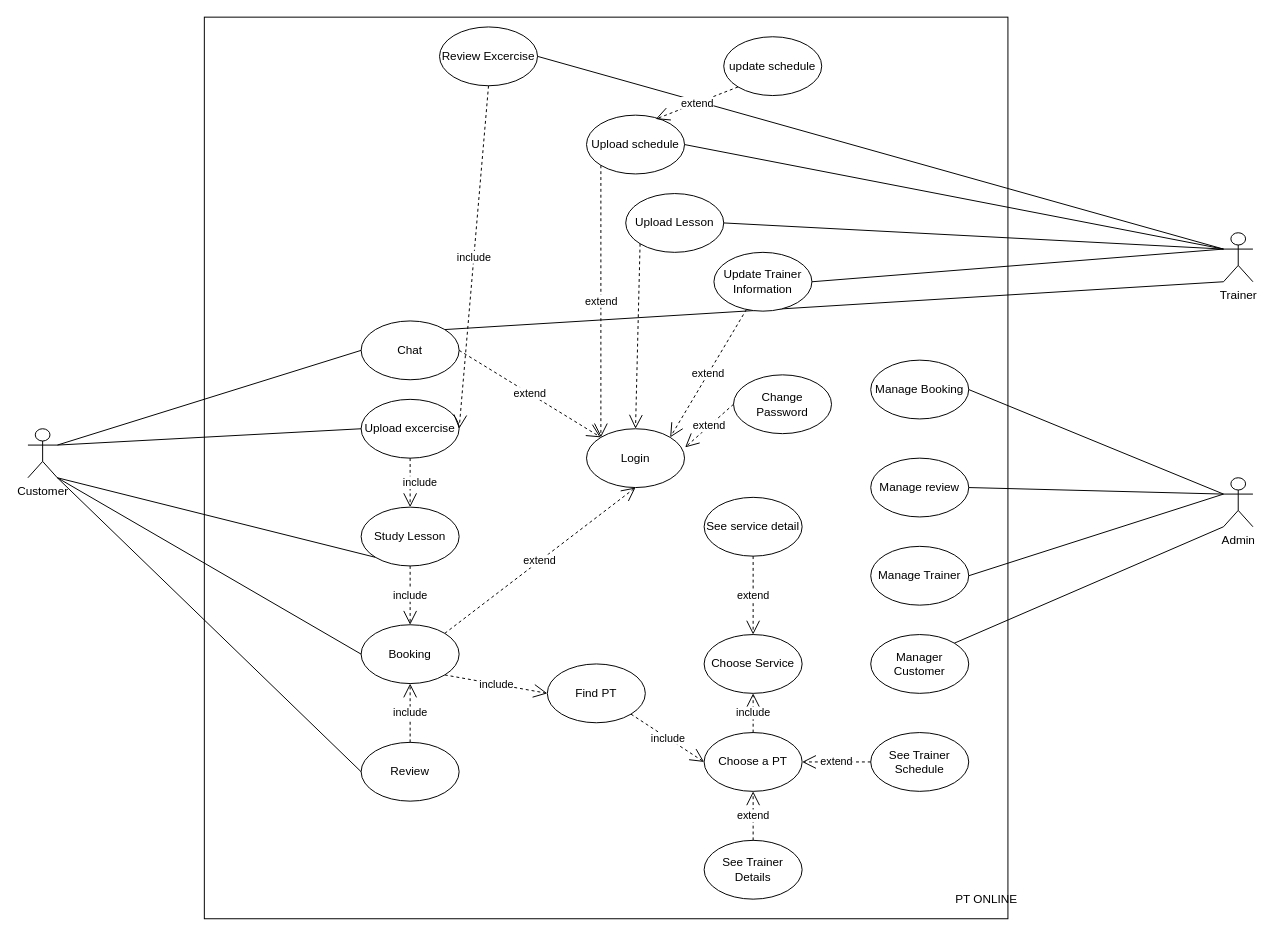
Before: Untitled Diagram.drawio in caoquy2000/DBI, a draw.io diagram. Source tidied: cells renumbered, new cells numbered last; positions are measured from the earlier drawing's top-left corner, leaving out a move shared by most shapes. Both pictures are drawn from the tidied source at 98%, with x=0, y=0 at pixel (27, 17).
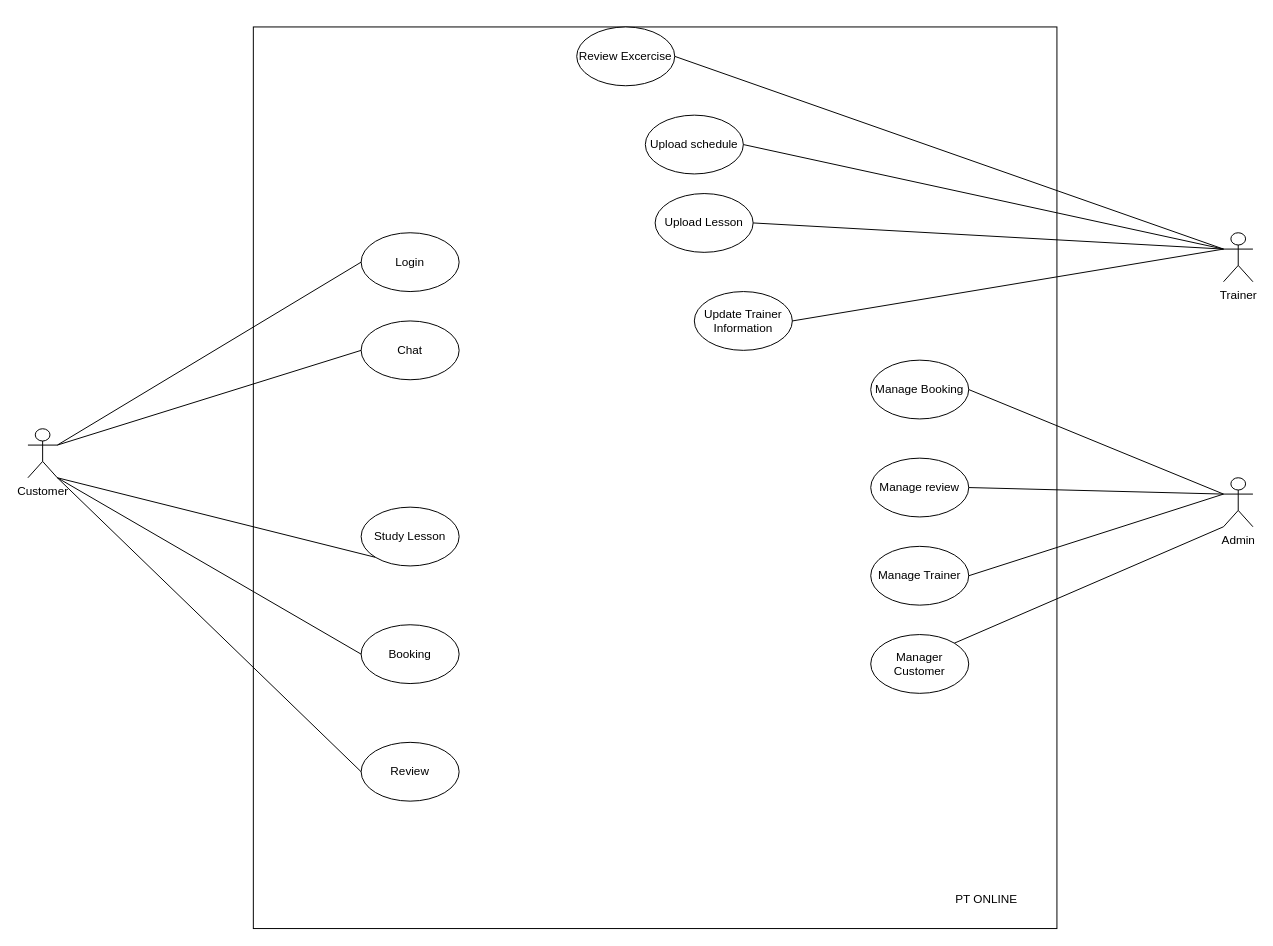
After the change.

Commit message:
Cập nhật Untitled Diagram.drawio

The change refers to these unchanged cells:
```xml
<mxCell id="3" value="Customer" style="shape=umlActor;verticalLabelPosition=bottom;verticalAlign=top;html=1;labelPosition=center;align=center;" parent="1" vertex="1">
  <mxGeometry y="420" width="30" height="50" as="geometry" />
</mxCell>
<mxCell id="4" value="Chat" style="ellipse;whiteSpace=wrap;html=1;" parent="1" vertex="1">
  <mxGeometry x="340" y="310" width="100" height="60" as="geometry" />
</mxCell>
<mxCell id="5" value="Trainer" style="shape=umlActor;verticalLabelPosition=bottom;verticalAlign=top;html=1;labelPosition=center;align=center;" parent="1" vertex="1">
  <mxGeometry x="1220" y="220" width="30" height="50" as="geometry" />
</mxCell>
<mxCell id="7" value="Study Lesson" style="ellipse;whiteSpace=wrap;html=1;" parent="1" vertex="1">
  <mxGeometry x="340" y="500" width="100" height="60" as="geometry" />
</mxCell>
<mxCell id="8" value="Booking" style="ellipse;whiteSpace=wrap;html=1;" parent="1" vertex="1">
  <mxGeometry x="340" y="620" width="100" height="60" as="geometry" />
</mxCell>
<mxCell id="45" value="Review" style="ellipse;whiteSpace=wrap;html=1;" parent="1" vertex="1">
  <mxGeometry x="340" y="740" width="100" height="60" as="geometry" />
</mxCell>
```

The edit, as a diff of the source:
```diff
@@
     <mxCell id="2" style="rounded=0;whiteSpace=wrap;html=1;" parent="1" vertex="1">
-      <mxGeometry x="180" width="820" height="920" as="geometry" />
+      <mxGeometry x="230" y="10" width="820" height="920" as="geometry" />
     </mxCell>
@@
     <mxCell id="9" value="Upload Lesson" style="ellipse;whiteSpace=wrap;html=1;" parent="1" vertex="1">
-      <mxGeometry x="610" y="180" width="100" height="60" as="geometry" />
+      <mxGeometry x="640" y="180" width="100" height="60" as="geometry" />
     </mxCell>
-    <mxCell id="10" value="Login" style="ellipse;whiteSpace=wrap;html=1;" parent="1" vertex="1">
-      <mxGeometry x="570" y="420" width="100" height="60" as="geometry" />
-    </mxCell>
-    <mxCell id="11" value="Choose a PT" style="ellipse;whiteSpace=wrap;html=1;" parent="1" vertex="1">
-      <mxGeometry x="690" y="730" width="100" height="60" as="geometry" />
-    </mxCell>
-    <mxCell id="12" value="Choose Service" style="ellipse;whiteSpace=wrap;html=1;" parent="1" vertex="1">
-      <mxGeometry x="690" y="630" width="100" height="60" as="geometry" />
-    </mxCell>
@@
-    <mxCell id="20" value="include" style="endArrow=open;endSize=12;dashed=1;html=1;exitX=1;exitY=1;exitDx=0;exitDy=0;entryX=0;entryY=0.5;entryDx=0;entryDy=0;" parent="1" edge="1" source="8" target="55">
-      <mxGeometry relative="1" as="geometry" />
-    </mxCell>
-    <mxCell id="21" value="extend" style="endArrow=open;endSize=12;dashed=1;html=1;exitX=1;exitY=0.5;exitDx=0;exitDy=0;entryX=0;entryY=0;entryDx=0;entryDy=0;" parent="1" edge="1" source="4" target="10">
-      <mxGeometry relative="1" as="geometry" />
-    </mxCell>
-    <mxCell id="22" style="endArrow=none;endSize=12;html=1;exitX=0;exitY=1;exitDx=0;exitDy=0;exitPerimeter=0;entryX=1;entryY=0;entryDx=0;entryDy=0;endFill=0;" parent="1" edge="1" source="5" target="4">
-      <mxGeometry relative="1" as="geometry" />
-    </mxCell>
@@
-    <mxCell id="28" value="extend" style="endArrow=open;endSize=12;dashed=1;html=1;exitX=1;exitY=0;exitDx=0;exitDy=0;entryX=0.5;entryY=1;entryDx=0;entryDy=0;" parent="1" edge="1" source="8" target="10">
-      <mxGeometry relative="1" as="geometry" />
-    </mxCell>
     <mxCell id="29" value="Update Trainer Information" style="ellipse;whiteSpace=wrap;html=1;" parent="1" vertex="1">
-      <mxGeometry x="700" y="240" width="100" height="60" as="geometry" />
+      <mxGeometry x="680" y="280" width="100" height="60" as="geometry" />
     </mxCell>
-    <mxCell id="30" value="See Trainer Details" style="ellipse;whiteSpace=wrap;html=1;" parent="1" vertex="1">
-      <mxGeometry x="690" y="840" width="100" height="60" as="geometry" />
-    </mxCell>
-    <mxCell id="31" value="extend" style="endArrow=open;endSize=12;dashed=1;html=1;entryX=0.5;entryY=1;entryDx=0;entryDy=0;exitX=0.5;exitY=0;exitDx=0;exitDy=0;" parent="1" edge="1" source="30" target="11">
-      <mxGeometry relative="1" as="geometry" />
-    </mxCell>
@@
     <mxCell id="33" value="Upload schedule" style="ellipse;whiteSpace=wrap;html=1;" parent="1" vertex="1">
-      <mxGeometry x="570" y="100" width="100" height="60" as="geometry" />
+      <mxGeometry x="630" y="100" width="100" height="60" as="geometry" />
     </mxCell>
@@
-    <mxCell id="35" value="See Trainer Schedule" style="ellipse;whiteSpace=wrap;html=1;" parent="1" vertex="1">
-      <mxGeometry x="860" y="730" width="100" height="60" as="geometry" />
-    </mxCell>
-    <mxCell id="36" value="extend" style="endArrow=open;endSize=12;dashed=1;html=1;exitX=0;exitY=0.5;exitDx=0;exitDy=0;entryX=1;entryY=0.5;entryDx=0;entryDy=0;" parent="1" edge="1" source="35" target="11">
-      <mxGeometry relative="1" as="geometry" />
-    </mxCell>
-    <mxCell id="37" value="extend" style="endArrow=open;endSize=12;dashed=1;html=1;entryX=1;entryY=0;entryDx=0;entryDy=0;" parent="1" edge="1" source="29" target="10">
-      <mxGeometry relative="1" as="geometry" />
-    </mxCell>
-    <mxCell id="38" style="endArrow=open;endSize=12;dashed=1;html=1;exitX=0;exitY=1;exitDx=0;exitDy=0;entryX=0.5;entryY=0;entryDx=0;entryDy=0;" parent="1" edge="1" source="9" target="10">
-      <mxGeometry relative="1" as="geometry" />
-    </mxCell>
-    <mxCell id="39" value="extend" style="endArrow=open;endSize=12;dashed=1;html=1;exitX=0;exitY=1;exitDx=0;exitDy=0;entryX=0;entryY=0;entryDx=0;entryDy=0;" parent="1" edge="1" source="33" target="10">
-      <mxGeometry relative="1" as="geometry" />
-    </mxCell>
-    <mxCell id="40" value="See service detail" style="ellipse;whiteSpace=wrap;html=1;" parent="1" vertex="1">
-      <mxGeometry x="690" y="490" width="100" height="60" as="geometry" />
-    </mxCell>
-    <mxCell id="41" value="extend" style="endArrow=open;endSize=12;dashed=1;html=1;exitX=0.5;exitY=1;exitDx=0;exitDy=0;" parent="1" edge="1" source="40" target="12">
-      <mxGeometry relative="1" as="geometry" />
-    </mxCell>
-    <mxCell id="42" value="Change Password" style="ellipse;whiteSpace=wrap;html=1;" parent="1" vertex="1">
-      <mxGeometry x="720" y="365" width="100" height="60" as="geometry" />
-    </mxCell>
-    <mxCell id="43" value="extend" style="endArrow=open;endSize=12;dashed=1;html=1;exitX=0;exitY=0.5;exitDx=0;exitDy=0;entryX=1.006;entryY=0.317;entryDx=0;entryDy=0;entryPerimeter=0;" parent="1" edge="1" source="42" target="10">
-      <mxGeometry relative="1" as="geometry" />
-    </mxCell>
@@
-    <mxCell id="47" value="include" style="endArrow=open;endSize=12;dashed=1;html=1;exitX=0.5;exitY=0;exitDx=0;exitDy=0;entryX=0.5;entryY=1;entryDx=0;entryDy=0;" parent="1" edge="1" source="45" target="8">
-      <mxGeometry relative="1" as="geometry" />
-    </mxCell>
-    <mxCell id="48" value="include" style="endArrow=open;endSize=12;dashed=1;html=1;exitX=0.5;exitY=1;exitDx=0;exitDy=0;entryX=0.5;entryY=0;entryDx=0;entryDy=0;" parent="1" edge="1" source="7" target="8">
-      <mxGeometry relative="1" as="geometry" />
-    </mxCell>
-    <mxCell id="49" value="Upload excercise" style="ellipse;whiteSpace=wrap;html=1;" parent="1" vertex="1">
-      <mxGeometry x="340" y="390" width="100" height="60" as="geometry" />
-    </mxCell>
-    <mxCell id="50" style="endArrow=none;endSize=12;html=1;entryX=0;entryY=0.5;entryDx=0;entryDy=0;endFill=0;exitX=1;exitY=0.3333333333333333;exitDx=0;exitDy=0;exitPerimeter=0;" parent="1" edge="1" source="3" target="49">
-      <mxGeometry x="0.14" y="8" relative="1" as="geometry" />
-    </mxCell>
-    <mxCell id="51" value="include" style="endArrow=open;endSize=12;dashed=1;html=1;exitX=0.5;exitY=1;exitDx=0;exitDy=0;entryX=0.5;entryY=0;entryDx=0;entryDy=0;" parent="1" edge="1" source="49" target="7">
-      <mxGeometry y="10" relative="1" as="geometry" />
-    </mxCell>
     <mxCell id="52" value="Review Excercise" style="ellipse;whiteSpace=wrap;html=1;" parent="1" vertex="1">
-      <mxGeometry x="420" y="10" width="100" height="60" as="geometry" />
+      <mxGeometry x="560" y="10" width="100" height="60" as="geometry" />
     </mxCell>
@@
-    <mxCell id="54" value="include" style="endArrow=open;endSize=12;dashed=1;html=1;exitX=0.5;exitY=1;exitDx=0;exitDy=0;entryX=1;entryY=0.5;entryDx=0;entryDy=0;" parent="1" edge="1" source="52" target="49">
-      <mxGeometry relative="1" as="geometry" />
-    </mxCell>
-    <mxCell id="55" value="Find PT" style="ellipse;whiteSpace=wrap;html=1;" parent="1" vertex="1">
-      <mxGeometry x="530" y="660" width="100" height="60" as="geometry" />
-    </mxCell>
-    <mxCell id="56" value="include" style="endArrow=open;endSize=12;dashed=1;html=1;exitX=1;exitY=1;exitDx=0;exitDy=0;entryX=0;entryY=0.5;entryDx=0;entryDy=0;" parent="1" edge="1" source="55" target="11">
-      <mxGeometry relative="1" as="geometry" />
-    </mxCell>
-    <mxCell id="57" value="include" style="endArrow=open;endSize=12;dashed=1;html=1;exitX=0.5;exitY=0;exitDx=0;exitDy=0;entryX=0.5;entryY=1;entryDx=0;entryDy=0;" parent="1" edge="1" source="11" target="12">
-      <mxGeometry relative="1" as="geometry" />
-    </mxCell>
-    <mxCell id="58" value="update schedule" style="ellipse;whiteSpace=wrap;html=1;" parent="1" vertex="1">
-      <mxGeometry x="710" y="20" width="100" height="60" as="geometry" />
-    </mxCell>
-    <mxCell id="59" value="extend" style="endArrow=open;endSize=12;dashed=1;html=1;exitX=0;exitY=1;exitDx=0;exitDy=0;entryX=1.006;entryY=0.317;entryDx=0;entryDy=0;entryPerimeter=0;" parent="1" edge="1" source="58">
-      <mxGeometry relative="1" as="geometry">
-        <mxPoint x="640.6" y="104" as="targetPoint" />
-      </mxGeometry>
-    </mxCell>
+    <mxCell id="10" value="Login" style="ellipse;whiteSpace=wrap;html=1;" parent="1" vertex="1">
+      <mxGeometry x="340" y="220" width="100" height="60" as="geometry" />
+    </mxCell>
+    <mxCell id="60" style="endArrow=none;endSize=12;html=1;exitX=1;exitY=0.3333333333333333;exitDx=0;exitDy=0;exitPerimeter=0;endFill=0;entryX=0;entryY=0.5;entryDx=0;entryDy=0;" parent="1" edge="1" source="3" target="10">
+      <mxGeometry relative="1" as="geometry" />
+    </mxCell>
```
